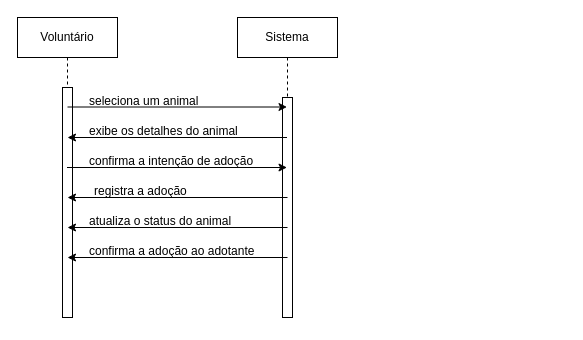
The draw.io diagram Diagrama de Sequência(RF006).drawio in JoaoGans/DRAW.tcc, before the edit. Source tidied: cells renumbered, new cells numbered last; positions are measured from the earlier drawing's top-left corner, leaving out a move shared by most shapes. Both pictures are drawn from the tidied source at 100%, with x=0, y=0 at pixel (17, 17).
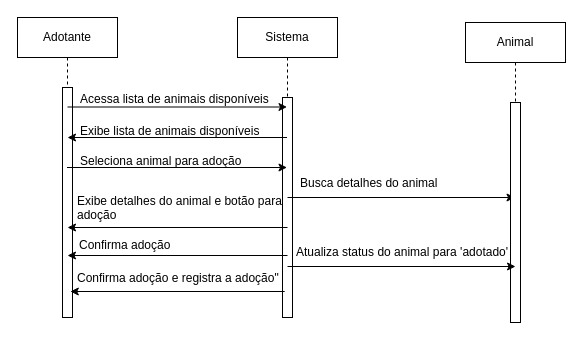
The same page after the edit.

Diff of the diagram source:
```diff
@@
-    <mxCell id="2" value="Voluntário" style="shape=umlLifeline;perimeter=lifelinePerimeter;whiteSpace=wrap;html=1;outlineConnect=0;portConstraint=eastwest;newEdgeStyle={&quot;edgeStyle&quot;:&quot;elbowEdgeStyle&quot;,&quot;elbow&quot;:&quot;vertical&quot;,&quot;curved&quot;:0,&quot;rounded&quot;:0};" parent="1" vertex="1">
+    <mxCell id="2" value="Adotante" style="shape=umlLifeline;perimeter=lifelinePerimeter;whiteSpace=wrap;html=1;outlineConnect=0;portConstraint=eastwest;newEdgeStyle={&quot;edgeStyle&quot;:&quot;elbowEdgeStyle&quot;,&quot;elbow&quot;:&quot;vertical&quot;,&quot;curved&quot;:0,&quot;rounded&quot;:0};" parent="1" vertex="1">
       <mxGeometry width="100" height="300" as="geometry" />
     </mxCell>
@@
-    <mxCell id="7" value="seleciona um animal" style="text;whiteSpace=wrap;html=1;" parent="1" vertex="1">
-      <mxGeometry x="70" y="70" width="140" height="40" as="geometry" />
+    <mxCell id="7" value="Acessa lista de animais disponíveis" style="text;whiteSpace=wrap;html=1;" parent="1" vertex="1">
+      <mxGeometry x="61" y="68" width="198" height="40" as="geometry" />
     </mxCell>
@@
-    <mxCell id="9" value="exibe os detalhes do animal" style="text;whiteSpace=wrap;html=1;" parent="1" vertex="1">
-      <mxGeometry x="70" y="100" width="180" height="40" as="geometry" />
+    <mxCell id="9" value="Exibe lista de animais disponíveis" style="text;whiteSpace=wrap;html=1;" parent="1" vertex="1">
+      <mxGeometry x="61" y="100" width="198" height="40" as="geometry" />
     </mxCell>
@@
-    <mxCell id="11" value="confirma a intenção de adoção" style="text;whiteSpace=wrap;html=1;" parent="1" vertex="1">
-      <mxGeometry x="70" y="130" width="200" height="40" as="geometry" />
+    <mxCell id="11" value="Seleciona animal para adoção" style="text;whiteSpace=wrap;html=1;" parent="1" vertex="1">
+      <mxGeometry x="61" y="130" width="200" height="40" as="geometry" />
     </mxCell>
-    <mxCell id="12" style="endArrow=classic;html=1;rounded=0;" parent="1" edge="1">
+    <mxCell id="12" style="endArrow=classic;html=1;rounded=0;" parent="1" edge="1" target="18">
       <mxGeometry relative="1" as="geometry">
         <mxPoint x="270" y="180" as="sourcePoint" />
-        <mxPoint x="50" y="180" as="targetPoint" />
       </mxGeometry>
     </mxCell>
@@
-    <mxCell id="14" style="endArrow=classic;html=1;rounded=0;" parent="1" edge="1">
-      <mxGeometry relative="1" as="geometry">
-        <mxPoint x="270" y="240" as="sourcePoint" />
-        <mxPoint x="50" y="240" as="targetPoint" />
-      </mxGeometry>
-    </mxCell>
-    <mxCell id="15" value="registra a adoção" style="text;whiteSpace=wrap;html=1;" parent="1" vertex="1">
-      <mxGeometry x="75" y="160" width="130" height="40" as="geometry" />
-    </mxCell>
-    <mxCell id="16" value="atualiza o status do animal&amp;nbsp;" style="text;whiteSpace=wrap;html=1;" parent="1" vertex="1">
-      <mxGeometry x="70" y="190" width="250" height="40" as="geometry" />
+    <mxCell id="16" value="Exibe detalhes do animal e botão para adoção" style="text;whiteSpace=wrap;html=1;" parent="1" vertex="1">
+      <mxGeometry x="58" y="170" width="212" height="40" as="geometry" />
     </mxCell>
-    <mxCell id="17" value="confirma a adoção ao adotante" style="text;whiteSpace=wrap;html=1;" parent="1" vertex="1">
-      <mxGeometry x="70" y="220" width="200" height="40" as="geometry" />
+    <mxCell id="17" value="Confirma adoção" style="text;whiteSpace=wrap;html=1;" parent="1" vertex="1">
+      <mxGeometry x="60" y="214" width="200" height="40" as="geometry" />
     </mxCell>
+    <mxCell id="18" value="Animal" style="shape=umlLifeline;perimeter=lifelinePerimeter;whiteSpace=wrap;html=1;outlineConnect=0;portConstraint=eastwest;newEdgeStyle={&quot;edgeStyle&quot;:&quot;elbowEdgeStyle&quot;,&quot;elbow&quot;:&quot;vertical&quot;,&quot;curved&quot;:0,&quot;rounded&quot;:0};" parent="1" vertex="1">
+      <mxGeometry x="448" y="5" width="100" height="300" as="geometry" />
+    </mxCell>
+    <mxCell id="19" style="html=1;perimeter=orthogonalPerimeter;targetShapes=umlLifeline;newEdgeStyle={&quot;edgeStyle&quot;:&quot;elbowEdgeStyle&quot;,&quot;elbow&quot;:&quot;vertical&quot;,&quot;curved&quot;:0,&quot;rounded&quot;:0};" parent="18" vertex="1">
+      <mxGeometry x="45" y="80" width="10" height="220" as="geometry" />
+    </mxCell>
+    <mxCell id="20" value="Busca detalhes do animal" style="text;whiteSpace=wrap;" parent="1" vertex="1">
+      <mxGeometry x="281" y="152" width="165" height="36" as="geometry" />
+    </mxCell>
+    <mxCell id="21" style="endArrow=classic;html=1;rounded=0;" parent="1" edge="1">
+      <mxGeometry relative="1" as="geometry">
+        <mxPoint x="270" y="238" as="sourcePoint" />
+        <mxPoint x="50" y="238" as="targetPoint" />
+      </mxGeometry>
+    </mxCell>
+    <mxCell id="22" value="Atualiza status do animal para 'adotado'" style="text;whiteSpace=wrap;" parent="1" vertex="1">
+      <mxGeometry x="277" y="221" width="240" height="36" as="geometry" />
+    </mxCell>
+    <mxCell id="23" style="endArrow=classic;html=1;rounded=0;" parent="1" edge="1">
+      <mxGeometry relative="1" as="geometry">
+        <mxPoint x="270" y="249" as="sourcePoint" />
+        <mxPoint x="498" y="249" as="targetPoint" />
+      </mxGeometry>
+    </mxCell>
+    <mxCell id="24" value="Confirma adoção e registra a adoção&quot;" style="text;whiteSpace=wrap;" parent="1" vertex="1">
+      <mxGeometry x="58" y="247" width="230" height="36" as="geometry" />
+    </mxCell>
+    <mxCell id="25" style="endArrow=classic;html=1;rounded=0;" parent="1" edge="1">
+      <mxGeometry relative="1" as="geometry">
+        <mxPoint x="267.2" y="274" as="sourcePoint" />
+        <mxPoint x="52.8" y="274" as="targetPoint" />
+      </mxGeometry>
+    </mxCell>
```
